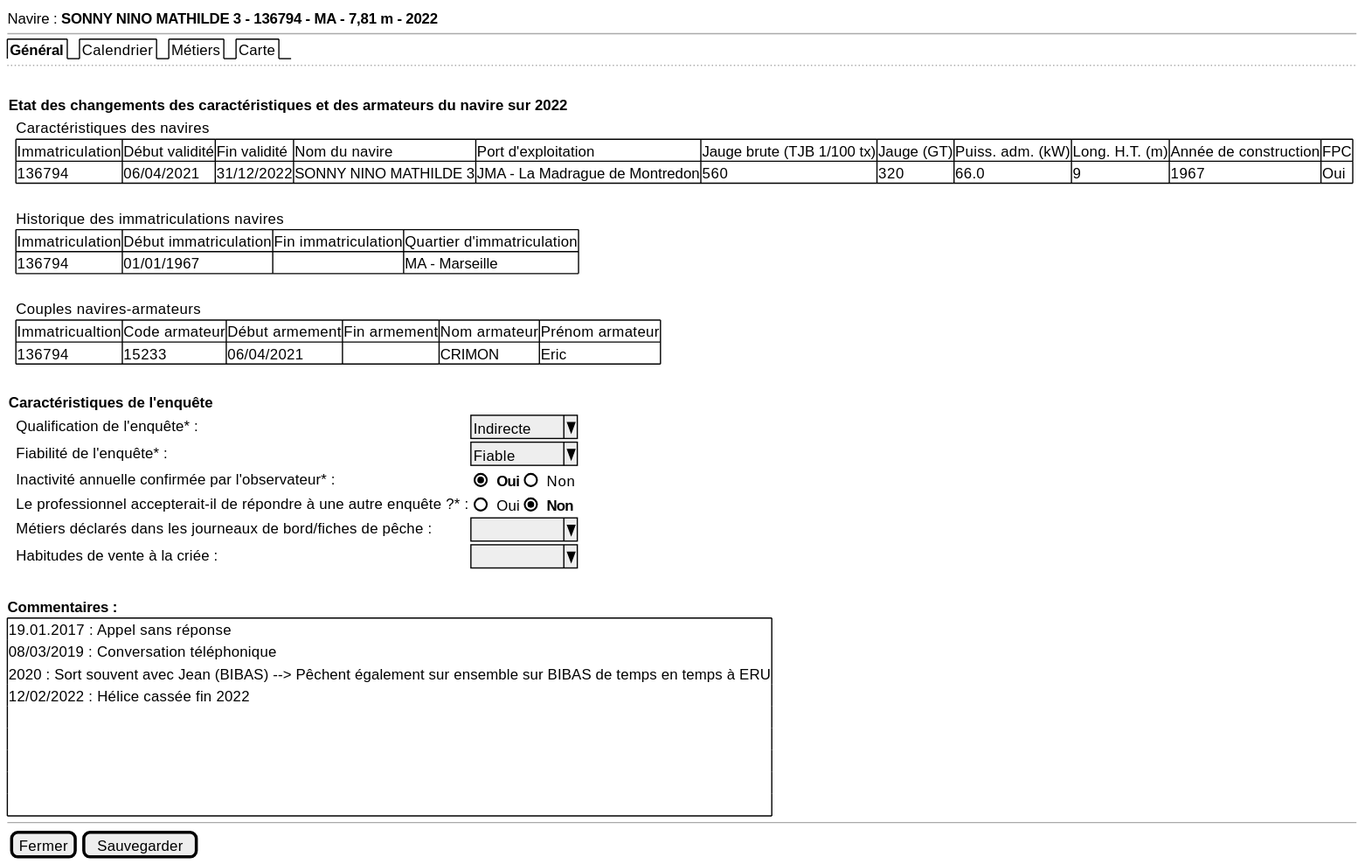
The PlantUML diagram projects/activity-calendar/spe/images/activity-calendar-new-general.svg in sumaris-net/sumaris-doc, before a commit.
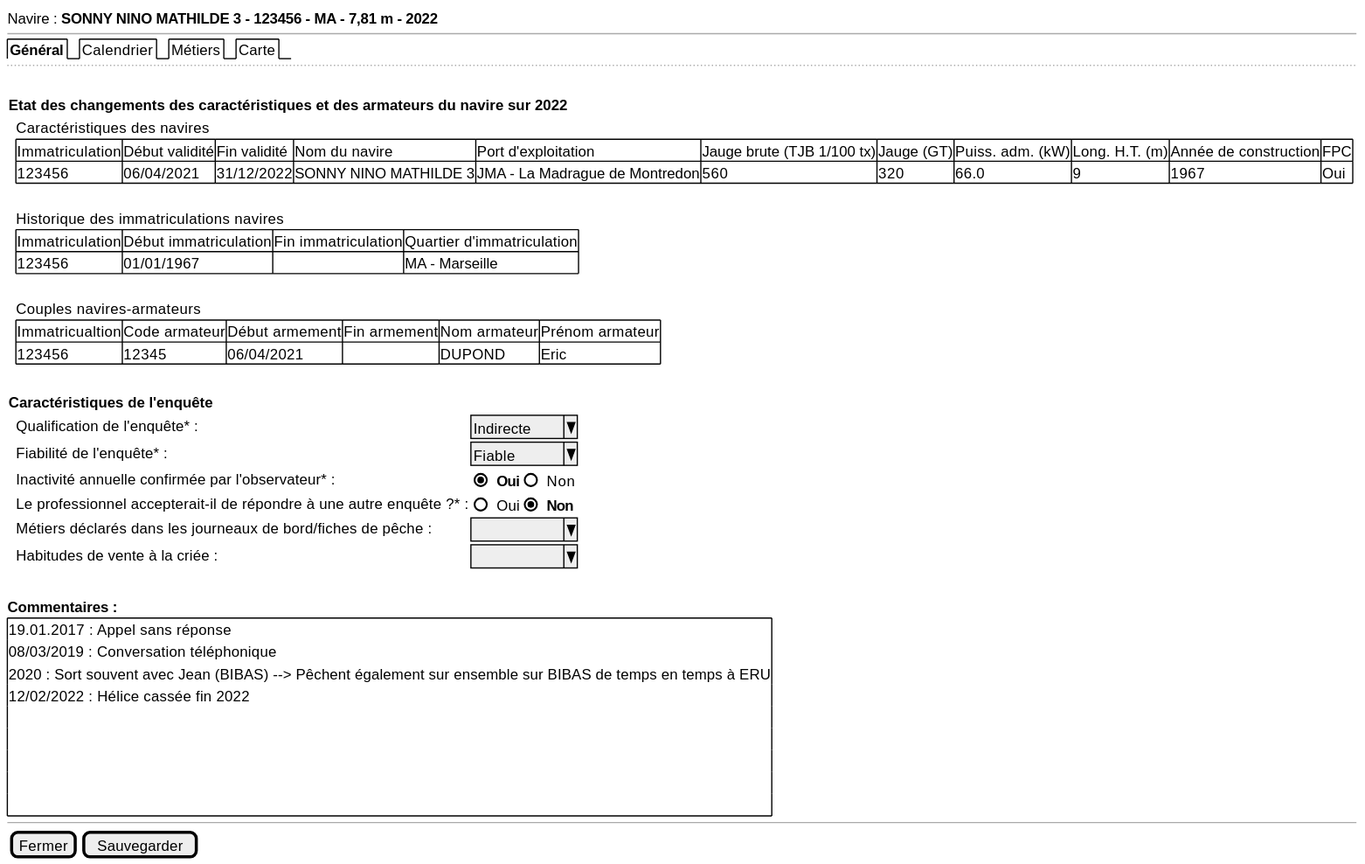
The same diagram one commit later.

What changed in the source:
```diff
@@ -1,6 +1,6 @@
 @startsalt
 {
-  Navire : <b>SONNY NINO MATHILDE 3 - 136794 - MA - 7,81 m - 2022
+  Navire : <b>SONNY NINO MATHILDE 3 - 123456 - MA - 7,81 m - 2022
   --
   {/ <b>Général | Calendrier | Métiers | Carte}
   ..
@@ -10,17 +10,17 @@
     {
     . | Caractéristiques des navires
     . | {# Immatriculation | Début validité | Fin validité | Nom du navire | Port d'exploitation | Jauge brute (TJB 1/100 tx) | Jauge (GT) | Puiss. adm. (kW) | Long. H.T. (m) | Année de construction | FPC
-       136794 | 06/04/2021 | 31/12/2022 | SONNY NINO MATHILDE 3 | JMA - La Madrague de Montredon | 560 | 320 | 66.0 | 9 | 1967 | Oui}
+       123456 | 06/04/2021 | 31/12/2022 | SONNY NINO MATHILDE 3 | JMA - La Madrague de Montredon | 560 | 320 | 66.0 | 9 | 1967 | Oui}
     .
 
     . | Historique des immatriculations navires
     . | {# Immatriculation | Début immatriculation | Fin immatriculation | Quartier d'immatriculation
-       136794 | 01/01/1967 | . | MA - Marseille}
+       123456 | 01/01/1967 | . | MA - Marseille}
     .
 
     . | Couples navires-armateurs
     . | {# Immatricualtion | Code armateur | Début armement | Fin armement | Nom armateur | Prénom armateur
-       136794 | 15233 | 06/04/2021 | . | CRIMON | Eric}
+       123456 | 12345 | 06/04/2021 | . | DUPOND | Eric}
     }
   }
   .
```
